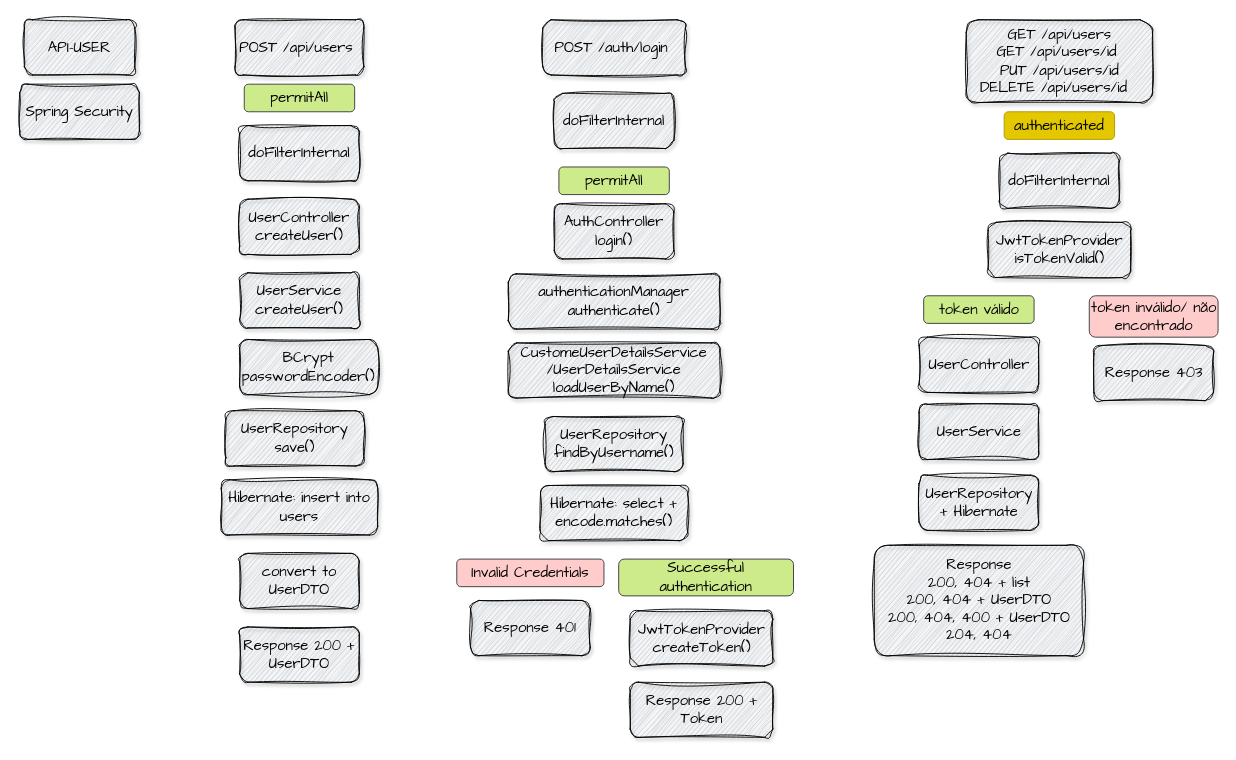
Earlier version of the draw.io diagram api user com jwt.drawio (marina-barbosa/mais-pra-ti). Source tidied: cells renumbered, new cells numbered last; positions are measured from the earlier drawing's top-left corner, leaving out a move shared by most shapes. Both pictures are drawn from the tidied source at 92%, with x=0, y=0 at pixel (19, 19).
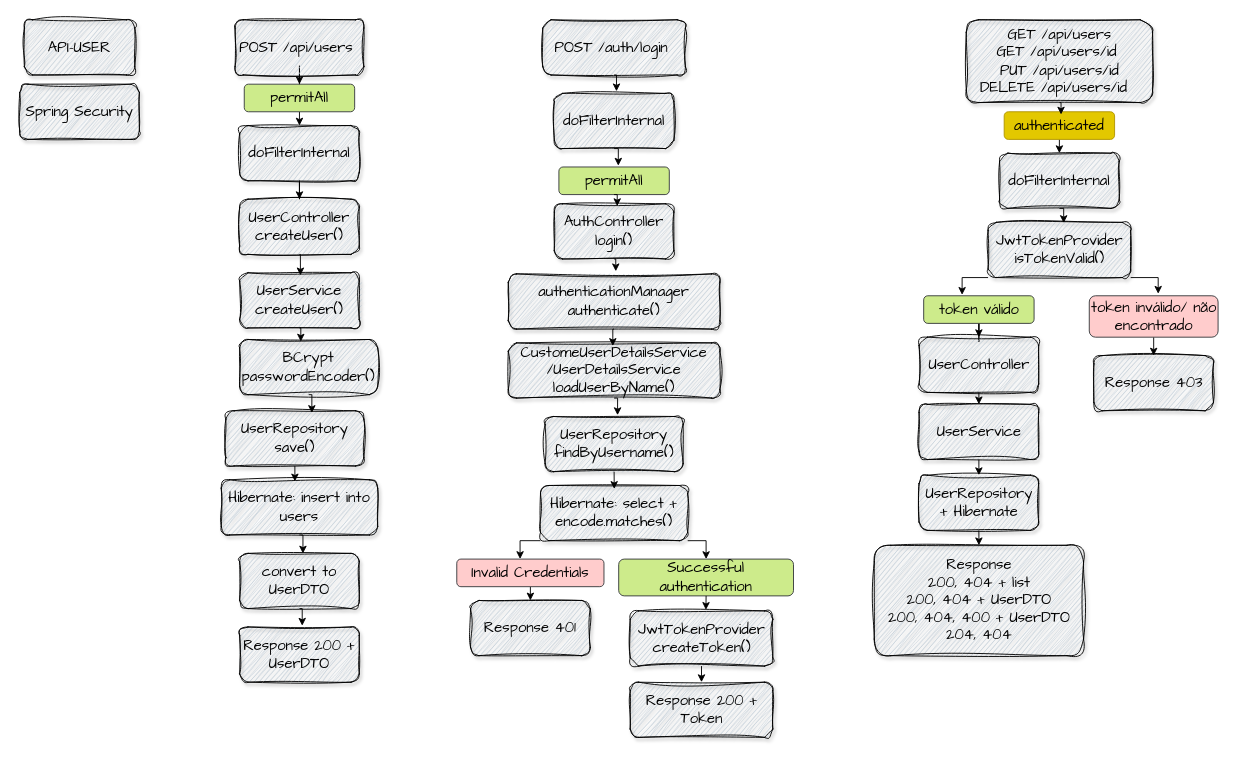
The same diagram, later.

The change refers to these unchanged cells:
```xml
<mxCell id="4" value="AuthController&lt;div&gt;login()&lt;/div&gt;" style="rounded=1;whiteSpace=wrap;html=1;fillColor=#bac8d3;strokeColor=default;gradientColor=none;fillStyle=auto;glass=0;shadow=1;sketch=1;curveFitting=1;jiggle=2;fontSize=16;fontFamily=Comic Sans MS;" parent="1" vertex="1">
<mxCell id="5" value="POST&amp;nbsp;/api/users&amp;nbsp;" style="rounded=1;whiteSpace=wrap;html=1;fillColor=#bac8d3;strokeColor=default;gradientColor=none;fillStyle=auto;glass=0;shadow=1;sketch=1;curveFitting=1;jiggle=2;fontSize=16;fontFamily=Comic Sans MS;" parent="1" vertex="1">
<mxCell id="6" value="doFilterInternal" style="rounded=1;whiteSpace=wrap;html=1;fillColor=#bac8d3;strokeColor=default;gradientColor=none;fillStyle=auto;glass=0;shadow=1;sketch=1;curveFitting=1;jiggle=2;fontSize=16;fontFamily=Comic Sans MS;" parent="1" vertex="1">
<mxCell id="7" value="UserController&lt;div&gt;createUser()&lt;/div&gt;" style="rounded=1;whiteSpace=wrap;html=1;fillColor=#bac8d3;strokeColor=default;gradientColor=none;fillStyle=auto;glass=0;shadow=1;sketch=1;curveFitting=1;jiggle=2;fontSize=16;fontFamily=Comic Sans MS;" parent="1" vertex="1">
<mxCell id="8" value="permitAll" style="rounded=1;whiteSpace=wrap;html=1;fontSize=16;fontFamily=Comic Sans MS;fillColor=#cdeb8b;strokeColor=#36393d;" parent="1" vertex="1">
<mxCell id="9" value="UserRepository&lt;div&gt;save()&lt;/div&gt;" style="rounded=1;whiteSpace=wrap;html=1;fillColor=#bac8d3;strokeColor=default;gradientColor=none;fillStyle=auto;glass=0;shadow=1;sketch=1;curveFitting=1;jiggle=2;fontSize=16;fontFamily=Comic Sans MS;" parent="1" vertex="1">
<mxCell id="10" value="convert to UserDTO" style="rounded=1;whiteSpace=wrap;html=1;fillColor=#bac8d3;strokeColor=default;gradientColor=none;fillStyle=auto;glass=0;shadow=1;sketch=1;curveFitting=1;jiggle=2;fontSize=16;fontFamily=Comic Sans MS;" parent="1" vertex="1">
<mxCell id="11" value="UserService&lt;div&gt;createUser()&lt;/div&gt;" style="rounded=1;whiteSpace=wrap;html=1;fillColor=#bac8d3;strokeColor=default;gradientColor=none;fillStyle=auto;glass=0;shadow=1;sketch=1;curveFitting=1;jiggle=2;fontSize=16;fontFamily=Comic Sans MS;" parent="1" vertex="1">
<mxCell id="12" value="POST&amp;nbsp;/auth/login&amp;nbsp;" style="rounded=1;whiteSpace=wrap;html=1;fillColor=#bac8d3;strokeColor=default;gradientColor=none;fillStyle=auto;glass=0;shadow=1;sketch=1;curveFitting=1;jiggle=2;fontSize=16;fontFamily=Comic Sans MS;" parent="1" vertex="1">
<mxCell id="13" value="doFilterInternal" style="rounded=1;whiteSpace=wrap;html=1;fillColor=#bac8d3;strokeColor=default;gradientColor=none;fillStyle=auto;glass=0;shadow=1;sketch=1;curveFitting=1;jiggle=2;fontSize=16;fontFamily=Comic Sans MS;" parent="1" vertex="1">
<mxCell id="14" value="permitAll" style="rounded=1;whiteSpace=wrap;html=1;fontSize=16;fontFamily=Comic Sans MS;fillColor=#cdeb8b;strokeColor=#36393d;" parent="1" vertex="1">
<mxCell id="15" value="Hibernate: insert into users" style="rounded=1;whiteSpace=wrap;html=1;fillColor=#bac8d3;strokeColor=default;gradientColor=none;fillStyle=auto;glass=0;shadow=1;sketch=1;curveFitting=1;jiggle=2;fontSize=16;fontFamily=Comic Sans MS;" parent="1" vertex="1">
<mxCell id="16" value="Response 200 +&lt;div&gt;UserDTO&lt;/div&gt;" style="rounded=1;whiteSpace=wrap;html=1;fillColor=#bac8d3;strokeColor=default;gradientColor=none;fillStyle=auto;glass=0;shadow=1;sketch=1;curveFitting=1;jiggle=2;fontSize=16;fontFamily=Comic Sans MS;" parent="1" vertex="1">
<mxCell id="17" value="GET /api/users&lt;div&gt;&lt;div&gt;GET /api/users/id&amp;nbsp;&lt;br&gt;&lt;/div&gt;&lt;/div&gt;&lt;div&gt;PUT /api/users/id&lt;/div&gt;&lt;div&gt;DELETE&lt;span style=&quot;background-color: initial;&quot;&gt;&amp;nbsp;/api/users/id&amp;nbsp;&lt;/span&gt;&lt;span style=&quot;background-color: initial;&quot;&gt;&amp;nbsp;&lt;/span&gt;&lt;/div&gt;" style="rounded=1;whiteSpace=wrap;html=1;fillColor=#bac8d3;strokeColor=default;gradientColor=none;fillStyle=auto;glass=0;shadow=1;sketch=1;curveFitting=1;jiggle=2;fontSize=16;fontFamily=Comic Sans MS;" parent="1" vertex="1">
<mxCell id="18" value="authenticated" style="rounded=1;whiteSpace=wrap;html=1;fontSize=16;fontFamily=Comic Sans MS;fillColor=#e3c800;strokeColor=#B09500;fontColor=#000000;" parent="1" vertex="1">
<mxCell id="19" value="doFilterInternal" style="rounded=1;whiteSpace=wrap;html=1;fillColor=#bac8d3;strokeColor=default;gradientColor=none;fillStyle=auto;glass=0;shadow=1;sketch=1;curveFitting=1;jiggle=2;fontSize=16;fontFamily=Comic Sans MS;" parent="1" vertex="1">
<mxCell id="20" value="JwtTokenProvider&lt;div&gt;isTokenValid()&lt;/div&gt;" style="rounded=1;whiteSpace=wrap;html=1;fillColor=#bac8d3;strokeColor=default;gradientColor=none;fillStyle=auto;glass=0;shadow=1;sketch=1;curveFitting=1;jiggle=2;fontSize=16;fontFamily=Comic Sans MS;" parent="1" vertex="1">
<mxCell id="21" value="token válido" style="rounded=1;whiteSpace=wrap;html=1;fontSize=16;fontFamily=Comic Sans MS;fillColor=#cdeb8b;strokeColor=#36393d;" parent="1" vertex="1">
<mxCell id="22" value="token inválido/ não encontrado" style="rounded=1;whiteSpace=wrap;html=1;fontSize=16;fontFamily=Comic Sans MS;fillColor=#ffcccc;strokeColor=#36393d;" parent="1" vertex="1">
<mxCell id="24" value="authenticationManager&lt;div&gt;authenticate()&lt;/div&gt;" style="rounded=1;whiteSpace=wrap;html=1;fillColor=#bac8d3;strokeColor=default;gradientColor=none;fillStyle=auto;glass=0;shadow=1;sketch=1;curveFitting=1;jiggle=2;fontSize=16;fontFamily=Comic Sans MS;" parent="1" vertex="1">
<mxCell id="25" value="UserRepository&lt;div&gt;findByUsername()&lt;/div&gt;" style="rounded=1;whiteSpace=wrap;html=1;fillColor=#bac8d3;strokeColor=default;gradientColor=none;fillStyle=auto;glass=0;shadow=1;sketch=1;curveFitting=1;jiggle=2;fontSize=16;fontFamily=Comic Sans MS;" parent="1" vertex="1">
<mxCell id="26" value="Response 401" style="rounded=1;whiteSpace=wrap;html=1;fillColor=#bac8d3;strokeColor=default;gradientColor=none;fillStyle=auto;glass=0;shadow=1;sketch=1;curveFitting=1;jiggle=2;fontSize=16;fontFamily=Comic Sans MS;" parent="1" vertex="1">
<mxCell id="27" value="CustomeUserDetailsService&lt;div&gt;/UserDetailsService&lt;div&gt;loadUserByName()&lt;/div&gt;&lt;/div&gt;" style="rounded=1;whiteSpace=wrap;html=1;fillColor=#bac8d3;strokeColor=default;gradientColor=none;fillStyle=auto;glass=0;shadow=1;sketch=1;curveFitting=1;jiggle=2;fontSize=16;fontFamily=Comic Sans MS;" parent="1" vertex="1">
<mxCell id="28" value="Invalid Credentials" style="rounded=1;whiteSpace=wrap;html=1;fontSize=16;fontFamily=Comic Sans MS;fillColor=#ffcccc;strokeColor=#36393d;" parent="1" vertex="1">
<mxCell id="29" value="Successful authentication" style="rounded=1;whiteSpace=wrap;html=1;fontSize=16;fontFamily=Comic Sans MS;fillColor=#cdeb8b;strokeColor=#36393d;" parent="1" vertex="1">
<mxCell id="30" value="JwtTokenProvider&lt;div&gt;createToken()&lt;/div&gt;" style="rounded=1;whiteSpace=wrap;html=1;fillColor=#bac8d3;strokeColor=default;gradientColor=none;fillStyle=auto;glass=0;shadow=1;sketch=1;curveFitting=1;jiggle=2;fontSize=16;fontFamily=Comic Sans MS;" parent="1" vertex="1">
<mxCell id="31" value="Response 200 + Token" style="rounded=1;whiteSpace=wrap;html=1;fillColor=#bac8d3;strokeColor=default;gradientColor=none;fillStyle=auto;glass=0;shadow=1;sketch=1;curveFitting=1;jiggle=2;fontSize=16;fontFamily=Comic Sans MS;" parent="1" vertex="1">
<mxCell id="32" value="Hibernate: select +&lt;div&gt;encode.matches()&lt;/div&gt;" style="rounded=1;whiteSpace=wrap;html=1;fillColor=#bac8d3;strokeColor=default;gradientColor=none;fillStyle=auto;glass=0;shadow=1;sketch=1;curveFitting=1;jiggle=2;fontSize=16;fontFamily=Comic Sans MS;" parent="1" vertex="1">
<mxCell id="33" value="BCrypt&lt;div&gt;passwordEncoder()&lt;/div&gt;" style="rounded=1;whiteSpace=wrap;html=1;fillColor=#bac8d3;strokeColor=default;gradientColor=none;fillStyle=auto;glass=0;shadow=1;sketch=1;curveFitting=1;jiggle=2;fontSize=16;fontFamily=Comic Sans MS;" parent="1" vertex="1">
<mxCell id="34" value="UserController" style="rounded=1;whiteSpace=wrap;html=1;fillColor=#bac8d3;strokeColor=default;gradientColor=none;fillStyle=auto;glass=0;shadow=1;sketch=1;curveFitting=1;jiggle=2;fontSize=16;fontFamily=Comic Sans MS;" parent="1" vertex="1">
<mxCell id="35" value="UserService" style="rounded=1;whiteSpace=wrap;html=1;fillColor=#bac8d3;strokeColor=default;gradientColor=none;fillStyle=auto;glass=0;shadow=1;sketch=1;curveFitting=1;jiggle=2;fontSize=16;fontFamily=Comic Sans MS;" parent="1" vertex="1">
<mxCell id="36" value="UserRepository + Hibernate" style="rounded=1;whiteSpace=wrap;html=1;fillColor=#bac8d3;strokeColor=default;gradientColor=none;fillStyle=auto;glass=0;shadow=1;sketch=1;curveFitting=1;jiggle=2;fontSize=16;fontFamily=Comic Sans MS;" parent="1" vertex="1">
<mxCell id="37" value="Response&lt;div&gt;&amp;nbsp;200, 404 + list&amp;nbsp;&lt;/div&gt;&lt;div&gt;&lt;span style=&quot;background-color: initial;&quot;&gt;200, 404 + UserDTO&lt;/span&gt;&lt;/div&gt;&lt;div&gt;200, 404, 400 + UserDTO&lt;/div&gt;&lt;div&gt;204, 404&lt;/div&gt;" style="rounded=1;whiteSpace=wrap;html=1;fillColor=#bac8d3;strokeColor=default;gradientColor=none;fillStyle=auto;glass=0;shadow=1;sketch=1;curveFitting=1;jiggle=2;fontSize=16;fontFamily=Comic Sans MS;" parent="1" vertex="1">
```

Diff of the diagram source:
```diff
@@
+    <mxCell id="38" style="edgeStyle=orthogonalEdgeStyle;rounded=0;jettySize=auto;html=1;exitX=0.5;exitY=1;exitDx=0;exitDy=0;" parent="1" edge="1" source="5" target="8">
+      <mxGeometry relative="1" as="geometry" />
+    </mxCell>
@@
+    <mxCell id="39" style="edgeStyle=orthogonalEdgeStyle;rounded=0;jettySize=auto;html=1;exitX=0.5;exitY=1;exitDx=0;exitDy=0;" parent="1" edge="1" source="6" target="7">
+      <mxGeometry relative="1" as="geometry" />
+    </mxCell>
@@
+    <mxCell id="40" style="edgeStyle=orthogonalEdgeStyle;rounded=0;jettySize=auto;html=1;exitX=0.5;exitY=1;exitDx=0;exitDy=0;entryX=0.5;entryY=0;entryDx=0;entryDy=0;" parent="1" edge="1" source="8" target="6">
+      <mxGeometry relative="1" as="geometry" />
+    </mxCell>
@@
+    <mxCell id="41" style="edgeStyle=orthogonalEdgeStyle;rounded=0;jettySize=auto;html=1;exitX=0.5;exitY=1;exitDx=0;exitDy=0;entryX=0.5;entryY=0;entryDx=0;entryDy=0;" parent="1" edge="1" source="18" target="19">
+      <mxGeometry relative="1" as="geometry" />
+    </mxCell>
@@
+    <mxCell id="42" style="edgeStyle=orthogonalEdgeStyle;rounded=0;jettySize=auto;html=1;exitX=0.5;exitY=1;exitDx=0;exitDy=0;" parent="1" edge="1" source="21" target="34">
+      <mxGeometry relative="1" as="geometry" />
+    </mxCell>
@@
+    <mxCell id="43" style="edgeStyle=orthogonalEdgeStyle;rounded=0;jettySize=auto;html=1;exitX=0.5;exitY=1;exitDx=0;exitDy=0;entryX=0.5;entryY=0;entryDx=0;entryDy=0;" parent="1" edge="1" source="22" target="23">
+      <mxGeometry relative="1" as="geometry" />
+    </mxCell>
@@
     <mxCell id="23" value="Response 403" style="rounded=1;whiteSpace=wrap;html=1;fillColor=#bac8d3;strokeColor=default;gradientColor=none;fillStyle=auto;glass=0;shadow=1;sketch=1;curveFitting=1;jiggle=2;fontSize=16;fontFamily=Comic Sans MS;" parent="1" vertex="1">
-      <mxGeometry x="1167.5" y="354" width="130" height="60" as="geometry" />
+      <mxGeometry x="1167.5" y="365" width="130" height="60" as="geometry" />
     </mxCell>
@@
+    <mxCell id="44" style="edgeStyle=orthogonalEdgeStyle;rounded=0;jettySize=auto;html=1;exitX=0.5;exitY=1;exitDx=0;exitDy=0;entryX=0.5;entryY=0;entryDx=0;entryDy=0;" parent="1" edge="1" source="28" target="26">
+      <mxGeometry relative="1" as="geometry" />
+    </mxCell>
@@
+    <mxCell id="45" style="edgeStyle=orthogonalEdgeStyle;rounded=0;jettySize=auto;html=1;exitX=0.5;exitY=1;exitDx=0;exitDy=0;entryX=0.5;entryY=0;entryDx=0;entryDy=0;" parent="1" edge="1" source="30" target="31">
+      <mxGeometry relative="1" as="geometry" />
+    </mxCell>
@@
+    <mxCell id="46" style="edgeStyle=orthogonalEdgeStyle;rounded=0;jettySize=auto;html=1;exitX=1;exitY=1;exitDx=0;exitDy=0;entryX=0.5;entryY=0;entryDx=0;entryDy=0;" parent="1" edge="1" source="32" target="29">
+      <mxGeometry relative="1" as="geometry" />
+    </mxCell>
@@
+    <mxCell id="47" style="edgeStyle=orthogonalEdgeStyle;rounded=0;jettySize=auto;html=1;exitX=0.5;exitY=1;exitDx=0;exitDy=0;entryX=0.5;entryY=0;entryDx=0;entryDy=0;" parent="1" edge="1" source="34" target="35">
+      <mxGeometry relative="1" as="geometry" />
+    </mxCell>
@@
+    <mxCell id="48" style="edgeStyle=orthogonalEdgeStyle;rounded=0;jettySize=auto;html=1;exitX=0.5;exitY=1;exitDx=0;exitDy=0;entryX=0.5;entryY=0;entryDx=0;entryDy=0;" parent="1" edge="1" source="35" target="36">
+      <mxGeometry relative="1" as="geometry" />
+    </mxCell>
@@
+    <mxCell id="49" style="edgeStyle=orthogonalEdgeStyle;rounded=0;jettySize=auto;html=1;exitX=0.5;exitY=1;exitDx=0;exitDy=0;entryX=0.5;entryY=0;entryDx=0;entryDy=0;" parent="1" edge="1" source="36" target="37">
+      <mxGeometry relative="1" as="geometry" />
+    </mxCell>
@@
+    <mxCell id="50" style="edgeStyle=orthogonalEdgeStyle;rounded=0;jettySize=auto;html=1;exitX=0.5;exitY=1;exitDx=0;exitDy=0;entryX=0.508;entryY=0.047;entryDx=0;entryDy=0;entryPerimeter=0;" parent="1" edge="1" source="7" target="11">
+      <mxGeometry relative="1" as="geometry" />
+    </mxCell>
+    <mxCell id="51" style="edgeStyle=orthogonalEdgeStyle;rounded=0;jettySize=auto;html=1;exitX=0.5;exitY=1;exitDx=0;exitDy=0;entryX=0.443;entryY=0.038;entryDx=0;entryDy=0;entryPerimeter=0;" parent="1" edge="1" source="11" target="33">
+      <mxGeometry relative="1" as="geometry" />
+    </mxCell>
+    <mxCell id="52" style="edgeStyle=orthogonalEdgeStyle;rounded=0;jettySize=auto;html=1;exitX=0.5;exitY=1;exitDx=0;exitDy=0;entryX=0.623;entryY=0.04;entryDx=0;entryDy=0;entryPerimeter=0;" parent="1" edge="1" source="33" target="9">
+      <mxGeometry relative="1" as="geometry" />
+    </mxCell>
+    <mxCell id="53" style="edgeStyle=orthogonalEdgeStyle;rounded=0;jettySize=auto;html=1;exitX=0.5;exitY=1;exitDx=0;exitDy=0;entryX=0.471;entryY=0.03;entryDx=0;entryDy=0;entryPerimeter=0;" parent="1" edge="1" source="9" target="15">
+      <mxGeometry relative="1" as="geometry" />
+    </mxCell>
+    <mxCell id="54" style="edgeStyle=orthogonalEdgeStyle;rounded=0;jettySize=auto;html=1;exitX=0.5;exitY=1;exitDx=0;exitDy=0;entryX=0.529;entryY=0.003;entryDx=0;entryDy=0;entryPerimeter=0;" parent="1" edge="1" source="15" target="10">
+      <mxGeometry relative="1" as="geometry" />
+    </mxCell>
+    <mxCell id="55" style="edgeStyle=orthogonalEdgeStyle;rounded=0;jettySize=auto;html=1;exitX=0.5;exitY=1;exitDx=0;exitDy=0;entryX=0.523;entryY=-0.023;entryDx=0;entryDy=0;entryPerimeter=0;" parent="1" edge="1" source="10" target="16">
+      <mxGeometry relative="1" as="geometry" />
+    </mxCell>
+    <mxCell id="56" style="edgeStyle=orthogonalEdgeStyle;rounded=0;jettySize=auto;html=1;exitX=0.5;exitY=1;exitDx=0;exitDy=0;entryX=0.52;entryY=-0.037;entryDx=0;entryDy=0;entryPerimeter=0;" parent="1" edge="1" source="12" target="13">
+      <mxGeometry relative="1" as="geometry" />
+    </mxCell>
+    <mxCell id="57" style="edgeStyle=orthogonalEdgeStyle;rounded=0;jettySize=auto;html=1;exitX=0.5;exitY=1;exitDx=0;exitDy=0;entryX=0.538;entryY=-0.047;entryDx=0;entryDy=0;entryPerimeter=0;" parent="1" edge="1" source="13" target="14">
+      <mxGeometry relative="1" as="geometry" />
+    </mxCell>
+    <mxCell id="58" style="edgeStyle=orthogonalEdgeStyle;rounded=0;jettySize=auto;html=1;exitX=0.5;exitY=1;exitDx=0;exitDy=0;entryX=0.526;entryY=0.043;entryDx=0;entryDy=0;entryPerimeter=0;" parent="1" edge="1" source="14" target="4">
+      <mxGeometry relative="1" as="geometry" />
+    </mxCell>
+    <mxCell id="59" style="edgeStyle=orthogonalEdgeStyle;rounded=0;jettySize=auto;html=1;exitX=0.5;exitY=1;exitDx=0;exitDy=0;entryX=0.508;entryY=-0.047;entryDx=0;entryDy=0;entryPerimeter=0;" parent="1" edge="1" source="4" target="24">
+      <mxGeometry relative="1" as="geometry" />
+    </mxCell>
+    <mxCell id="60" style="edgeStyle=orthogonalEdgeStyle;rounded=0;jettySize=auto;html=1;exitX=0.5;exitY=1;exitDx=0;exitDy=0;entryX=0.494;entryY=0.056;entryDx=0;entryDy=0;entryPerimeter=0;" parent="1" edge="1" source="24" target="27">
+      <mxGeometry relative="1" as="geometry" />
+    </mxCell>
+    <mxCell id="61" style="edgeStyle=orthogonalEdgeStyle;rounded=0;jettySize=auto;html=1;exitX=0.5;exitY=1;exitDx=0;exitDy=0;entryX=0.525;entryY=-0.024;entryDx=0;entryDy=0;entryPerimeter=0;" parent="1" edge="1" source="27" target="25">
+      <mxGeometry relative="1" as="geometry" />
+    </mxCell>
+    <mxCell id="62" style="edgeStyle=orthogonalEdgeStyle;rounded=0;jettySize=auto;html=1;exitX=0.5;exitY=1;exitDx=0;exitDy=0;entryX=0.501;entryY=0.063;entryDx=0;entryDy=0;entryPerimeter=0;" parent="1" edge="1" source="25" target="32">
+      <mxGeometry relative="1" as="geometry" />
+    </mxCell>
+    <mxCell id="63" style="edgeStyle=orthogonalEdgeStyle;rounded=0;jettySize=auto;html=1;exitX=0;exitY=1;exitDx=0;exitDy=0;entryX=0.43;entryY=-0.002;entryDx=0;entryDy=0;entryPerimeter=0;" parent="1" edge="1" source="32" target="28">
+      <mxGeometry relative="1" as="geometry" />
+    </mxCell>
+    <mxCell id="64" style="edgeStyle=orthogonalEdgeStyle;rounded=0;jettySize=auto;html=1;exitX=0.5;exitY=1;exitDx=0;exitDy=0;entryX=0.531;entryY=-0.018;entryDx=0;entryDy=0;entryPerimeter=0;" parent="1" edge="1" source="29" target="30">
+      <mxGeometry relative="1" as="geometry" />
+    </mxCell>
+    <mxCell id="65" style="edgeStyle=orthogonalEdgeStyle;rounded=0;jettySize=auto;html=1;exitX=0;exitY=1;exitDx=0;exitDy=0;entryX=0.348;entryY=-0.033;entryDx=0;entryDy=0;entryPerimeter=0;" parent="1" edge="1" source="20" target="21">
+      <mxGeometry relative="1" as="geometry" />
+    </mxCell>
+    <mxCell id="66" style="edgeStyle=orthogonalEdgeStyle;rounded=0;jettySize=auto;html=1;exitX=1;exitY=1;exitDx=0;exitDy=0;entryX=0.535;entryY=-0.049;entryDx=0;entryDy=0;entryPerimeter=0;" parent="1" edge="1" source="20" target="22">
+      <mxGeometry relative="1" as="geometry" />
+    </mxCell>
+    <mxCell id="67" style="edgeStyle=orthogonalEdgeStyle;rounded=0;jettySize=auto;html=1;exitX=0.5;exitY=1;exitDx=0;exitDy=0;entryX=0.53;entryY=0.013;entryDx=0;entryDy=0;entryPerimeter=0;" parent="1" edge="1" source="19" target="20">
+      <mxGeometry relative="1" as="geometry" />
+    </mxCell>
+    <mxCell id="68" style="edgeStyle=orthogonalEdgeStyle;rounded=0;jettySize=auto;html=1;exitX=0.5;exitY=1;exitDx=0;exitDy=0;entryX=0.515;entryY=0.1;entryDx=0;entryDy=0;entryPerimeter=0;" parent="1" edge="1" source="17" target="18">
+      <mxGeometry relative="1" as="geometry" />
+    </mxCell>
```
